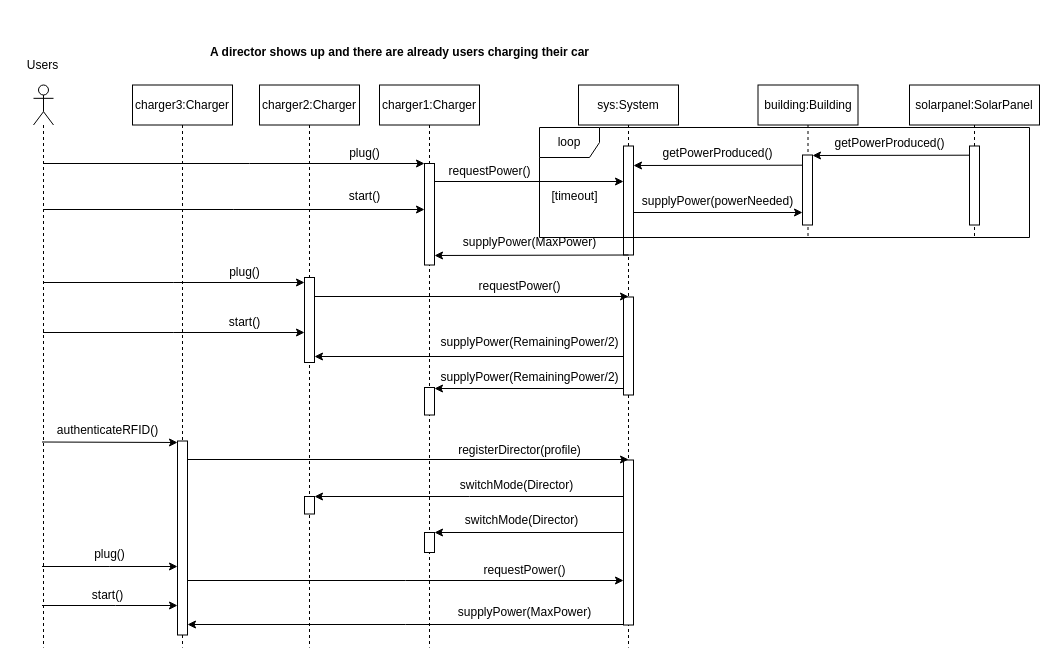
SeanDBrrr/PowerLoadBalancer keeps this draw.io diagram as page "One Director / Several Users" (3 of 9) of Documents/Design/UseCases_SequenceDiagrams.drawio. Above is the earlier version. Source tidied: cells renumbered, new cells numbered last; positions are measured from the earlier drawing's top-left corner, leaving out a move shared by most shapes. Both pictures are drawn from the tidied source at 100%, with x=0, y=0 at pixel (17, 37).
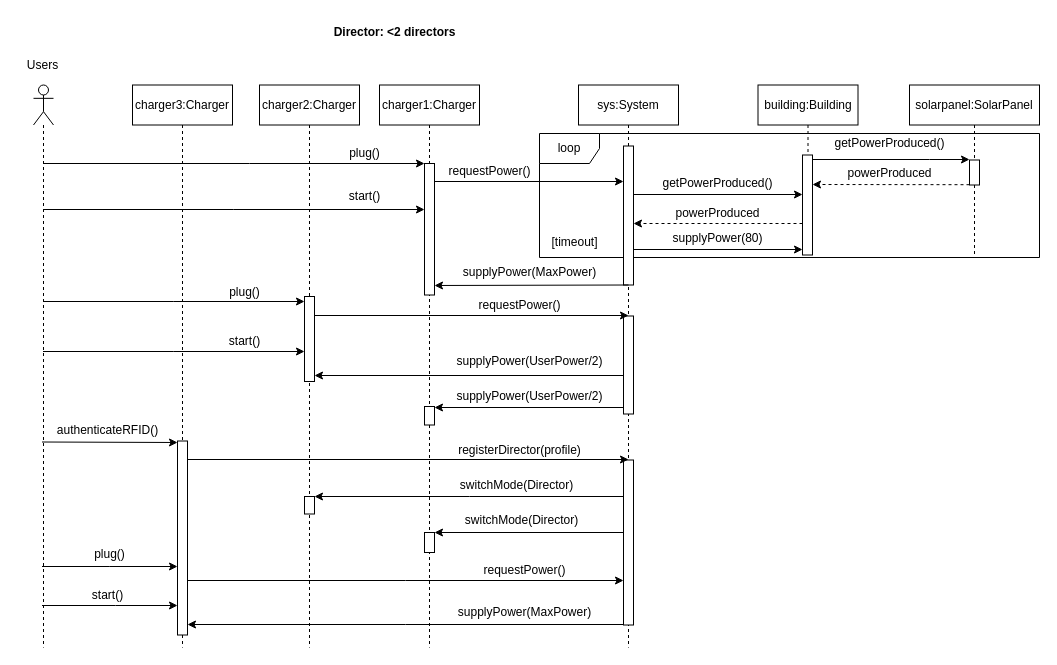
The same page after the edit.

Unchanged cells that the change refers to:
```xml
<mxCell id="2" value="sys:System" style="shape=umlLifeline;perimeter=lifelinePerimeter;whiteSpace=wrap;html=1;newEdgeStyle={&quot;edgeStyle&quot;:&quot;elbowEdgeStyle&quot;,&quot;elbow&quot;:&quot;vertical&quot;,&quot;curved&quot;:0,&quot;rounded&quot;:0};" parent="1" vertex="1">
  <mxGeometry x="561" y="47.5" width="100" height="562.5" as="geometry" />
</mxCell>
<mxCell id="29" value="charger2:Charger" style="shape=umlLifeline;perimeter=lifelinePerimeter;whiteSpace=wrap;html=1;newEdgeStyle={&quot;edgeStyle&quot;:&quot;elbowEdgeStyle&quot;,&quot;elbow&quot;:&quot;vertical&quot;,&quot;curved&quot;:0,&quot;rounded&quot;:0};" parent="1" vertex="1">
  <mxGeometry x="242" y="47.5" width="100" height="562.5" as="geometry" />
</mxCell>
<mxCell id="33" value="charger1:Charger" style="shape=umlLifeline;perimeter=lifelinePerimeter;whiteSpace=wrap;html=1;newEdgeStyle={&quot;edgeStyle&quot;:&quot;elbowEdgeStyle&quot;,&quot;elbow&quot;:&quot;vertical&quot;,&quot;curved&quot;:0,&quot;rounded&quot;:0};" parent="1" vertex="1">
  <mxGeometry x="362" y="47.5" width="100" height="562.5" as="geometry" />
</mxCell>
```

Change to the diagram source:
```diff
@@
+    <mxCell id="58" value="loop" style="shape=umlFrame;whiteSpace=wrap;html=1;" parent="1" vertex="1">
+      <mxGeometry x="522" y="96" width="500" height="124" as="geometry" />
+    </mxCell>
@@
     <mxCell id="4" style="html=1;points=[];perimeter=orthogonalPerimeter;outlineConnect=0;targetShapes=umlLifeline;portConstraint=eastwest;newEdgeStyle={&quot;edgeStyle&quot;:&quot;elbowEdgeStyle&quot;,&quot;elbow&quot;:&quot;vertical&quot;,&quot;curved&quot;:0,&quot;rounded&quot;:0};" parent="2" vertex="1">
-      <mxGeometry x="45" y="212" width="10" height="98" as="geometry" />
+      <mxGeometry x="45" y="231" width="10" height="98" as="geometry" />
     </mxCell>
     <mxCell id="5" style="html=1;points=[];perimeter=orthogonalPerimeter;outlineConnect=0;targetShapes=umlLifeline;portConstraint=eastwest;newEdgeStyle={&quot;edgeStyle&quot;:&quot;elbowEdgeStyle&quot;,&quot;elbow&quot;:&quot;vertical&quot;,&quot;curved&quot;:0,&quot;rounded&quot;:0};" parent="2" vertex="1">
-      <mxGeometry x="45" y="61" width="10" height="109" as="geometry" />
+      <mxGeometry x="45" y="61" width="10" height="139" as="geometry" />
     </mxCell>
     <mxCell id="6" value="building:Building" style="shape=umlLifeline;perimeter=lifelinePerimeter;whiteSpace=wrap;html=1;newEdgeStyle={&quot;edgeStyle&quot;:&quot;elbowEdgeStyle&quot;,&quot;elbow&quot;:&quot;vertical&quot;,&quot;curved&quot;:0,&quot;rounded&quot;:0};" parent="1" vertex="1">
-      <mxGeometry x="740.5" y="47.5" width="100" height="152.5" as="geometry" />
+      <mxGeometry x="740.5" y="47.5" width="100" height="172.5" as="geometry" />
     </mxCell>
     <mxCell id="7" style="html=1;points=[];perimeter=orthogonalPerimeter;outlineConnect=0;targetShapes=umlLifeline;portConstraint=eastwest;newEdgeStyle={&quot;edgeStyle&quot;:&quot;elbowEdgeStyle&quot;,&quot;elbow&quot;:&quot;vertical&quot;,&quot;curved&quot;:0,&quot;rounded&quot;:0};" parent="6" vertex="1">
-      <mxGeometry x="44.5" y="70" width="10" height="70" as="geometry" />
+      <mxGeometry x="44.5" y="70" width="10" height="100" as="geometry" />
     </mxCell>
@@
     <mxCell id="13" style="edgeStyle=elbowEdgeStyle;rounded=0;orthogonalLoop=1;jettySize=auto;html=1;elbow=vertical;curved=0;" parent="1" edge="1">
       <mxGeometry relative="1" as="geometry">
-        <mxPoint x="25.5" y="295" as="sourcePoint" />
-        <mxPoint x="287" y="295" as="targetPoint" />
+        <mxPoint x="25.5" y="314" as="sourcePoint" />
+        <mxPoint x="287" y="314" as="targetPoint" />
       </mxGeometry>
     </mxCell>
     <mxCell id="14" style="edgeStyle=elbowEdgeStyle;rounded=0;orthogonalLoop=1;jettySize=auto;html=1;elbow=vertical;curved=0;" parent="1" edge="1">
       <mxGeometry relative="1" as="geometry">
-        <mxPoint x="25.5" y="245" as="sourcePoint" />
-        <mxPoint x="287" y="245" as="targetPoint" />
+        <mxPoint x="25.5" y="264" as="sourcePoint" />
+        <mxPoint x="287" y="264" as="targetPoint" />
       </mxGeometry>
     </mxCell>
@@
     <mxCell id="25" value="plug()" style="text;html=1;align=center;verticalAlign=middle;strokeColor=none;fillColor=none;" parent="1" vertex="1">
-      <mxGeometry x="202" y="220" width="50" height="30" as="geometry" />
+      <mxGeometry x="202" y="240" width="50" height="30" as="geometry" />
     </mxCell>
     <mxCell id="26" value="requestPower()" style="text;html=1;align=center;verticalAlign=middle;strokeColor=none;fillColor=none;" parent="1" vertex="1">
-      <mxGeometry x="447" y="233.8" width="110" height="30" as="geometry" />
+      <mxGeometry x="447" y="252.8" width="110" height="30" as="geometry" />
     </mxCell>
-    <mxCell id="27" value="supplyPower(RemainingPower/2)" style="text;html=1;align=center;verticalAlign=middle;strokeColor=none;fillColor=none;" parent="1" vertex="1">
-      <mxGeometry x="412" y="290" width="200" height="30" as="geometry" />
+    <mxCell id="27" value="supplyPower(UserPower/2)" style="text;html=1;align=center;verticalAlign=middle;strokeColor=none;fillColor=none;" parent="1" vertex="1">
+      <mxGeometry x="427" y="309" width="170" height="30" as="geometry" />
     </mxCell>
     <mxCell id="28" value="start()" style="text;html=1;align=center;verticalAlign=middle;strokeColor=none;fillColor=none;" parent="1" vertex="1">
-      <mxGeometry x="202" y="270" width="50" height="30" as="geometry" />
+      <mxGeometry x="202" y="289" width="50" height="30" as="geometry" />
     </mxCell>
@@
     <mxCell id="30" style="html=1;perimeter=orthogonalPerimeter;targetShapes=umlLifeline;newEdgeStyle={&quot;edgeStyle&quot;:&quot;elbowEdgeStyle&quot;,&quot;elbow&quot;:&quot;vertical&quot;,&quot;curved&quot;:0,&quot;rounded&quot;:0};" parent="29" vertex="1">
-      <mxGeometry x="45" y="192.5" width="10" height="85" as="geometry" />
+      <mxGeometry x="45" y="211.5" width="10" height="85" as="geometry" />
     </mxCell>
@@
     <mxCell id="32" style="edgeStyle=elbowEdgeStyle;rounded=0;jettySize=auto;html=1;elbow=vertical;curved=0;" parent="1" edge="1" target="4">
       <mxGeometry relative="1" as="geometry">
-        <mxPoint x="297" y="259" as="sourcePoint" />
+        <mxPoint x="297" y="278" as="sourcePoint" />
       </mxGeometry>
     </mxCell>
@@
     <mxCell id="34" style="html=1;points=[];perimeter=orthogonalPerimeter;outlineConnect=0;targetShapes=umlLifeline;portConstraint=eastwest;newEdgeStyle={&quot;edgeStyle&quot;:&quot;elbowEdgeStyle&quot;,&quot;elbow&quot;:&quot;vertical&quot;,&quot;curved&quot;:0,&quot;rounded&quot;:0};" parent="33" vertex="1">
-      <mxGeometry x="45" y="78.5" width="10" height="101.5" as="geometry" />
+      <mxGeometry x="45" y="78.5" width="10" height="131.5" as="geometry" />
     </mxCell>
     <mxCell id="35" style="html=1;perimeter=orthogonalPerimeter;targetShapes=umlLifeline;newEdgeStyle={&quot;edgeStyle&quot;:&quot;elbowEdgeStyle&quot;,&quot;elbow&quot;:&quot;vertical&quot;,&quot;curved&quot;:0,&quot;rounded&quot;:0};" parent="33" vertex="1">
-      <mxGeometry x="45" y="302.5" width="10" height="27.5" as="geometry" />
+      <mxGeometry x="45" y="321.5" width="10" height="18.5" as="geometry" />
     </mxCell>
@@
-    <mxCell id="42" style="edgeStyle=elbowEdgeStyle;rounded=0;jettySize=auto;html=1;elbow=vertical;curved=0;" parent="1" edge="1" source="5">
+    <mxCell id="42" style="edgeStyle=elbowEdgeStyle;rounded=0;orthogonalLoop=1;jettySize=auto;html=1;elbow=vertical;curved=0;" parent="1" edge="1">
       <mxGeometry relative="1" as="geometry">
-        <mxPoint x="417" y="218" as="targetPoint" />
+        <mxPoint x="611" y="247.5" as="sourcePoint" />
+        <mxPoint x="417" y="248" as="targetPoint" />
       </mxGeometry>
     </mxCell>
     <mxCell id="43" value="supplyPower(MaxPower)" style="text;html=1;align=center;verticalAlign=middle;strokeColor=none;fillColor=none;" parent="1" vertex="1">
-      <mxGeometry x="432" y="189.5" width="160" height="30" as="geometry" />
+      <mxGeometry x="432" y="219.5" width="160" height="30" as="geometry" />
     </mxCell>
     <mxCell id="44" style="edgeStyle=elbowEdgeStyle;rounded=0;orthogonalLoop=1;jettySize=auto;html=1;elbow=vertical;curved=0;" parent="1" edge="1">
       <mxGeometry relative="1" as="geometry">
-        <mxPoint x="606" y="319" as="sourcePoint" />
-        <mxPoint x="297" y="319" as="targetPoint" />
+        <mxPoint x="606" y="338" as="sourcePoint" />
+        <mxPoint x="297" y="338" as="targetPoint" />
       </mxGeometry>
     </mxCell>
     <mxCell id="45" style="edgeStyle=elbowEdgeStyle;rounded=0;orthogonalLoop=1;jettySize=auto;html=1;elbow=vertical;curved=0;" parent="1" edge="1">
       <mxGeometry relative="1" as="geometry">
-        <mxPoint x="606" y="351" as="sourcePoint" />
-        <mxPoint x="417" y="351" as="targetPoint" />
+        <mxPoint x="606" y="370" as="sourcePoint" />
+        <mxPoint x="417" y="370" as="targetPoint" />
       </mxGeometry>
     </mxCell>
-    <mxCell id="46" value="supplyPower(RemainingPower/2)" style="text;html=1;align=center;verticalAlign=middle;strokeColor=none;fillColor=none;" parent="1" vertex="1">
-      <mxGeometry x="412" y="325" width="200" height="30" as="geometry" />
+    <mxCell id="46" value="supplyPower(UserPower/2)" style="text;html=1;align=center;verticalAlign=middle;strokeColor=none;fillColor=none;" parent="1" vertex="1">
+      <mxGeometry x="427" y="344" width="170" height="30" as="geometry" />
     </mxCell>
@@
-    <mxCell id="52" value="&lt;b&gt;A director shows up and there are already users charging their car&lt;/b&gt;" style="text;html=1;align=center;verticalAlign=middle;strokeColor=none;fillColor=none;" parent="1" vertex="1">
-      <mxGeometry x="182" width="400" height="30" as="geometry" />
+    <mxCell id="52" value="&lt;b&gt;Director: &amp;lt;2 directors&lt;/b&gt;" style="text;html=1;align=center;verticalAlign=middle;strokeColor=none;fillColor=none;" parent="1" vertex="1">
+      <mxGeometry x="302" y="-20" width="150" height="30" as="geometry" />
     </mxCell>
     <mxCell id="53" value="solarpanel:SolarPanel" style="shape=umlLifeline;perimeter=lifelinePerimeter;whiteSpace=wrap;html=1;newEdgeStyle={&quot;edgeStyle&quot;:&quot;elbowEdgeStyle&quot;,&quot;elbow&quot;:&quot;vertical&quot;,&quot;curved&quot;:0,&quot;rounded&quot;:0};" parent="1" vertex="1">
-      <mxGeometry x="892" y="47.5" width="130" height="152.5" as="geometry" />
+      <mxGeometry x="892" y="47.5" width="130" height="172.5" as="geometry" />
     </mxCell>
     <mxCell id="54" style="html=1;perimeter=orthogonalPerimeter;targetShapes=umlLifeline;newEdgeStyle={&quot;edgeStyle&quot;:&quot;elbowEdgeStyle&quot;,&quot;elbow&quot;:&quot;vertical&quot;,&quot;curved&quot;:0,&quot;rounded&quot;:0};" parent="53" vertex="1">
-      <mxGeometry x="60" y="61" width="10" height="79" as="geometry" />
+      <mxGeometry x="60" y="75" width="10" height="25" as="geometry" />
     </mxCell>
@@
     <mxCell id="56" style="edgeStyle=elbowEdgeStyle;rounded=0;orthogonalLoop=1;jettySize=auto;html=1;elbow=vertical;curved=0;" parent="1" edge="1">
       <mxGeometry relative="1" as="geometry">
-        <mxPoint x="616" y="175" as="sourcePoint" />
-        <mxPoint x="785" y="175" as="targetPoint" />
+        <mxPoint x="616" y="212" as="sourcePoint" />
+        <mxPoint x="785" y="212" as="targetPoint" />
       </mxGeometry>
     </mxCell>
-    <mxCell id="57" value="supplyPower(powerNeeded)" style="text;html=1;align=center;verticalAlign=middle;strokeColor=none;fillColor=none;" parent="1" vertex="1">
-      <mxGeometry x="615" y="149" width="170" height="30" as="geometry" />
+    <mxCell id="57" value="supplyPower(80)" style="text;html=1;align=center;verticalAlign=middle;strokeColor=none;fillColor=none;" parent="1" vertex="1">
+      <mxGeometry x="645" y="186" width="110" height="30" as="geometry" />
     </mxCell>
-    <mxCell id="58" value="loop" style="shape=umlFrame;whiteSpace=wrap;html=1;" parent="1" vertex="1">
-      <mxGeometry x="522" y="90" width="490" height="110" as="geometry" />
-    </mxCell>
     <mxCell id="59" value="[timeout]" style="text;html=1;align=center;verticalAlign=middle;strokeColor=none;fillColor=none;" parent="1" vertex="1">
-      <mxGeometry x="522" y="144" width="70" height="30" as="geometry" />
+      <mxGeometry x="522" y="189.5" width="70" height="30" as="geometry" />
     </mxCell>
-    <mxCell id="60" style="edgeStyle=elbowEdgeStyle;rounded=0;orthogonalLoop=1;jettySize=auto;html=1;elbow=vertical;curved=0;" parent="1" edge="1">
-      <mxGeometry relative="1" as="geometry">
-        <mxPoint x="952" y="117.7" as="sourcePoint" />
-        <mxPoint x="795" y="117.7" as="targetPoint" />
-      </mxGeometry>
-    </mxCell>
-    <mxCell id="61" style="edgeStyle=elbowEdgeStyle;rounded=0;orthogonalLoop=1;jettySize=auto;html=1;elbow=vertical;curved=0;" parent="1" edge="1">
-      <mxGeometry relative="1" as="geometry">
-        <mxPoint x="785" y="127.7" as="sourcePoint" />
-        <mxPoint x="616" y="127.7" as="targetPoint" />
-      </mxGeometry>
-    </mxCell>
     <mxCell id="62" value="getPowerProduced()" style="text;html=1;align=center;verticalAlign=middle;strokeColor=none;fillColor=none;" parent="1" vertex="1">
-      <mxGeometry x="635" y="101" width="130" height="30" as="geometry" />
+      <mxGeometry x="635" y="131" width="130" height="30" as="geometry" />
     </mxCell>
@@
+    <mxCell id="64" style="edgeStyle=elbowEdgeStyle;rounded=0;jettySize=auto;html=1;elbow=vertical;curved=0;" parent="1" edge="1" source="7">
+      <mxGeometry relative="1" as="geometry">
+        <mxPoint x="952" y="122" as="targetPoint" />
+        <Array as="points">
+          <mxPoint x="912" y="122" />
+          <mxPoint x="952" y="142" />
+        </Array>
+      </mxGeometry>
+    </mxCell>
+    <mxCell id="65" style="edgeStyle=elbowEdgeStyle;rounded=0;orthogonalLoop=1;jettySize=auto;html=1;elbow=vertical;curved=0;dashed=1;" parent="1" edge="1">
+      <mxGeometry relative="1" as="geometry">
+        <mxPoint x="952" y="147.2" as="sourcePoint" />
+        <mxPoint x="795" y="147.2" as="targetPoint" />
+      </mxGeometry>
+    </mxCell>
+    <mxCell id="66" value="powerProduced" style="text;html=1;align=center;verticalAlign=middle;strokeColor=none;fillColor=none;" parent="1" vertex="1">
+      <mxGeometry x="817" y="121" width="110" height="30" as="geometry" />
+    </mxCell>
+    <mxCell id="67" style="edgeStyle=elbowEdgeStyle;rounded=0;orthogonalLoop=1;jettySize=auto;html=1;elbow=vertical;curved=0;" parent="1" edge="1">
+      <mxGeometry relative="1" as="geometry">
+        <mxPoint x="616" y="157" as="sourcePoint" />
+        <mxPoint x="785" y="157" as="targetPoint" />
+      </mxGeometry>
+    </mxCell>
+    <mxCell id="68" style="edgeStyle=elbowEdgeStyle;rounded=0;orthogonalLoop=1;jettySize=auto;html=1;elbow=vertical;curved=0;dashed=1;" parent="1" edge="1">
+      <mxGeometry relative="1" as="geometry">
+        <mxPoint x="785" y="186" as="sourcePoint" />
+        <mxPoint x="616" y="186" as="targetPoint" />
+      </mxGeometry>
+    </mxCell>
+    <mxCell id="69" value="powerProduced" style="text;html=1;align=center;verticalAlign=middle;strokeColor=none;fillColor=none;" parent="1" vertex="1">
+      <mxGeometry x="645" y="161" width="110" height="30" as="geometry" />
+    </mxCell>
```
